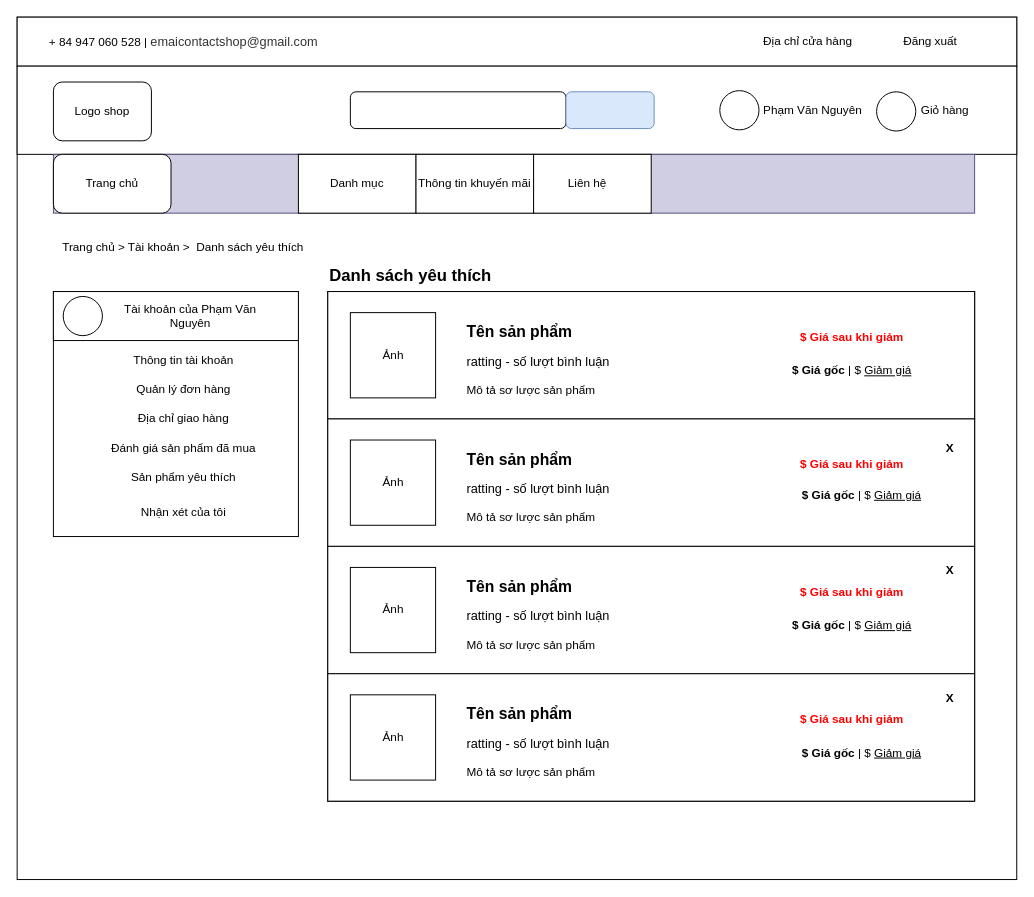
nguyenphamvan/datn_20202 keeps this draw.io diagram as mockup-fe/wishlist-mockup.drawio. Above is the earlier version. Source tidied: cells renumbered, new cells numbered last; positions are measured from the earlier drawing's top-left corner, leaving out a move shared by most shapes. Both pictures are drawn from the tidied source at 98%, with x=0, y=0 at pixel (17, 17).
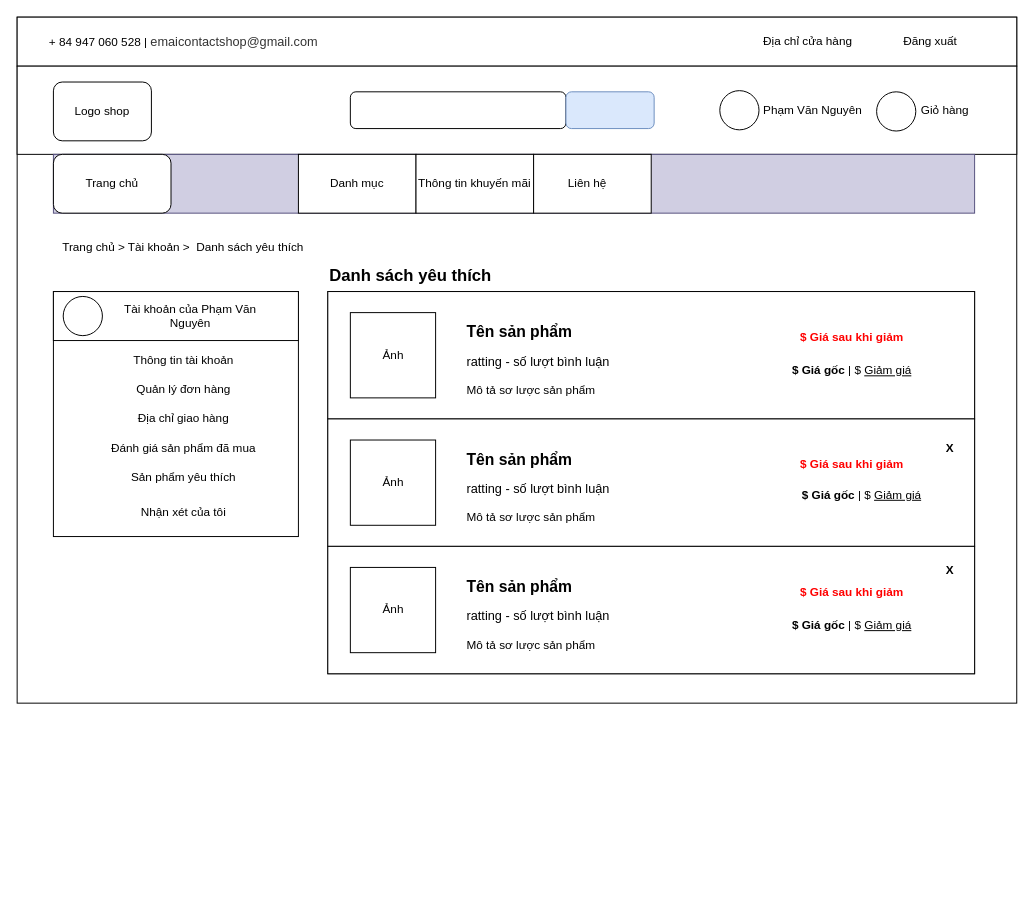
Above is the later version.

Change to the diagram source:
```diff
@@
     <mxCell id="2" style="rounded=0;whiteSpace=wrap;html=1;" parent="1" vertex="1">
-      <mxGeometry width="1020" height="880" as="geometry" />
+      <mxGeometry width="1020" height="700" as="geometry" />
     </mxCell>
@@
     <mxCell id="36" style="rounded=0;whiteSpace=wrap;html=1;" parent="1" vertex="1">
-      <mxGeometry x="317" y="280" width="660" height="520" as="geometry" />
+      <mxGeometry x="317" y="280" width="660" height="390" as="geometry" />
     </mxCell>
-    <mxCell id="37" style="rounded=0;whiteSpace=wrap;html=1;" parent="1" vertex="1">
-      <mxGeometry x="317" y="280" width="660" height="520" as="geometry" />
-    </mxCell>
@@
-    <mxCell id="63" style="rounded=0;whiteSpace=wrap;html=1;" parent="1" vertex="1">
-      <mxGeometry x="317" y="670" width="660" height="130" as="geometry" />
-    </mxCell>
-    <mxCell id="64" style="whiteSpace=wrap;html=1;" parent="1" vertex="1">
-      <mxGeometry x="340" y="691.5" width="87" height="87" as="geometry" />
-    </mxCell>
-    <mxCell id="65" value="Ảnh" style="text;html=1;strokeColor=none;fillColor=none;align=center;verticalAlign=middle;whiteSpace=wrap;rounded=0;fontSize=12;" parent="1" vertex="1">
-      <mxGeometry x="358.5" y="725" width="50" height="20" as="geometry" />
-    </mxCell>
-    <mxCell id="66" value="Tên sản phẩm" style="text;html=1;strokeColor=none;fillColor=none;align=left;verticalAlign=middle;whiteSpace=wrap;rounded=0;fontSize=16;fontStyle=1;" parent="1" vertex="1">
-      <mxGeometry x="457" y="691.5" width="180" height="38.5" as="geometry" />
-    </mxCell>
-    <mxCell id="67" value="&lt;font style=&quot;font-size: 13px&quot;&gt;ratting - số lượt bình luận&lt;/font&gt;" style="text;html=1;strokeColor=none;fillColor=none;align=left;verticalAlign=middle;whiteSpace=wrap;rounded=0;fontSize=16;" parent="1" vertex="1">
-      <mxGeometry x="457" y="730" width="190" height="20" as="geometry" />
-    </mxCell>
-    <mxCell id="68" value="&lt;font style=&quot;font-size: 12px&quot;&gt;Mô tả sơ lược sản phẩm&lt;/font&gt;" style="text;html=1;strokeColor=none;fillColor=none;align=left;verticalAlign=middle;whiteSpace=wrap;rounded=0;fontSize=16;" parent="1" vertex="1">
-      <mxGeometry x="457" y="758.5" width="140" height="20" as="geometry" />
-    </mxCell>
-    <mxCell id="69" value="&lt;font style=&quot;font-size: 12px&quot; color=&quot;#ff0000&quot;&gt;&lt;b&gt;$ Giá sau khi giảm&lt;/b&gt;&lt;/font&gt;" style="text;html=1;strokeColor=none;fillColor=none;align=center;verticalAlign=middle;whiteSpace=wrap;rounded=0;fontSize=16;" parent="1" vertex="1">
-      <mxGeometry x="787" y="705" width="130" height="20" as="geometry" />
-    </mxCell>
-    <mxCell id="70" value="&lt;font style=&quot;font-size: 12px&quot;&gt;&lt;b&gt;$ Giá gốc&lt;/b&gt; | $&amp;nbsp;&lt;u&gt;Giảm giá&lt;/u&gt;&lt;/font&gt;" style="text;html=1;strokeColor=none;fillColor=none;align=center;verticalAlign=middle;whiteSpace=wrap;rounded=0;fontSize=16;" parent="1" vertex="1">
-      <mxGeometry x="787" y="738.5" width="150" height="20" as="geometry" />
-    </mxCell>
@@
-    <mxCell id="73" value="&lt;b&gt;X&lt;/b&gt;" style="text;html=1;strokeColor=none;fillColor=none;align=center;verticalAlign=middle;whiteSpace=wrap;rounded=0;fontSize=12;" parent="1" vertex="1">
-      <mxGeometry x="937" y="685" width="30" height="20" as="geometry" />
-    </mxCell>
```
